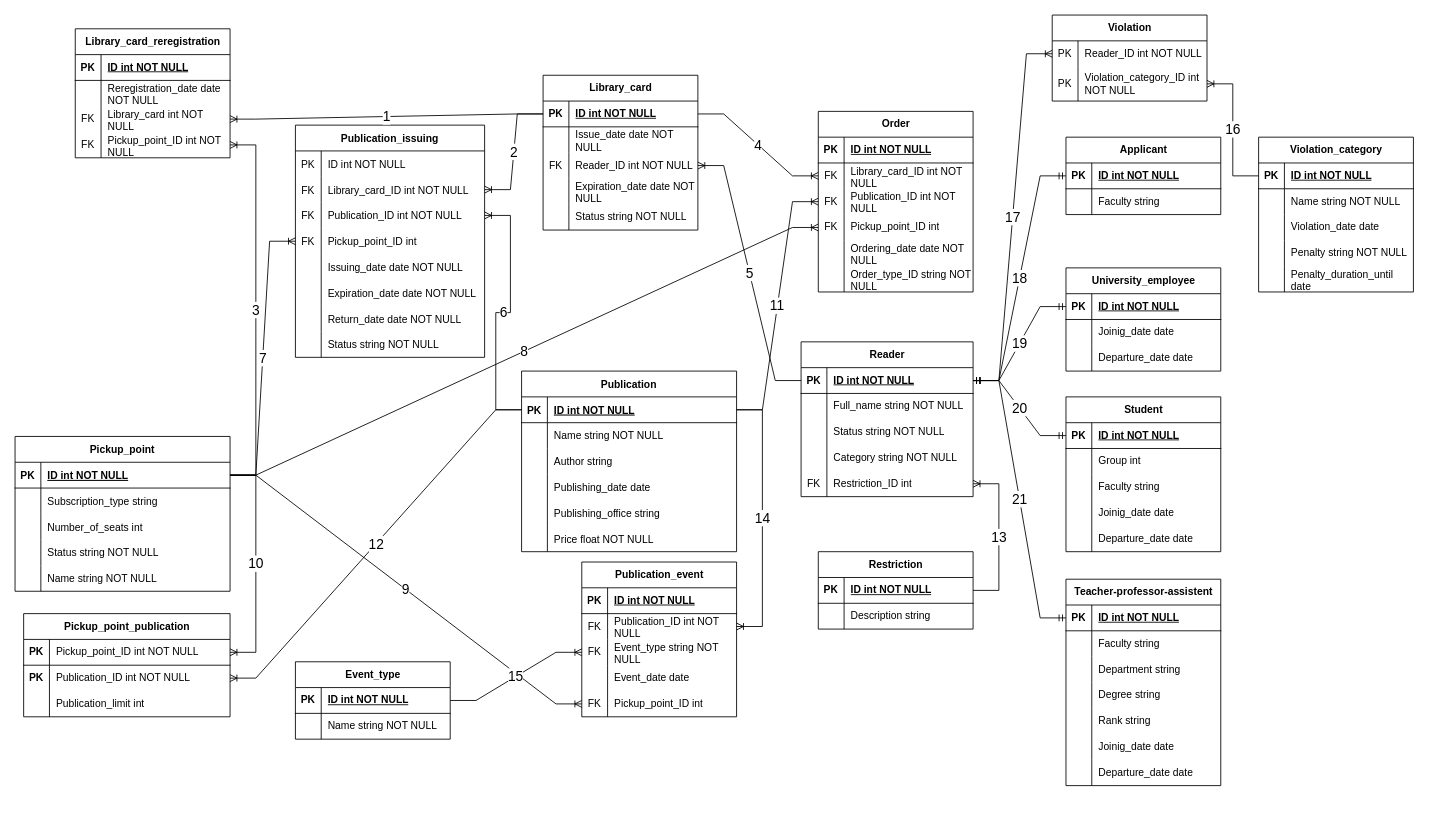
Earlier version of the draw.io diagram university_library_project/er-model.drawio (helttek/nsu). Source tidied: cells renumbered, new cells numbered last; positions are measured from the earlier drawing's top-left corner, leaving out a move shared by most shapes. Both pictures are drawn from the tidied source at 86%, with x=0, y=0 at pixel (15, 15).
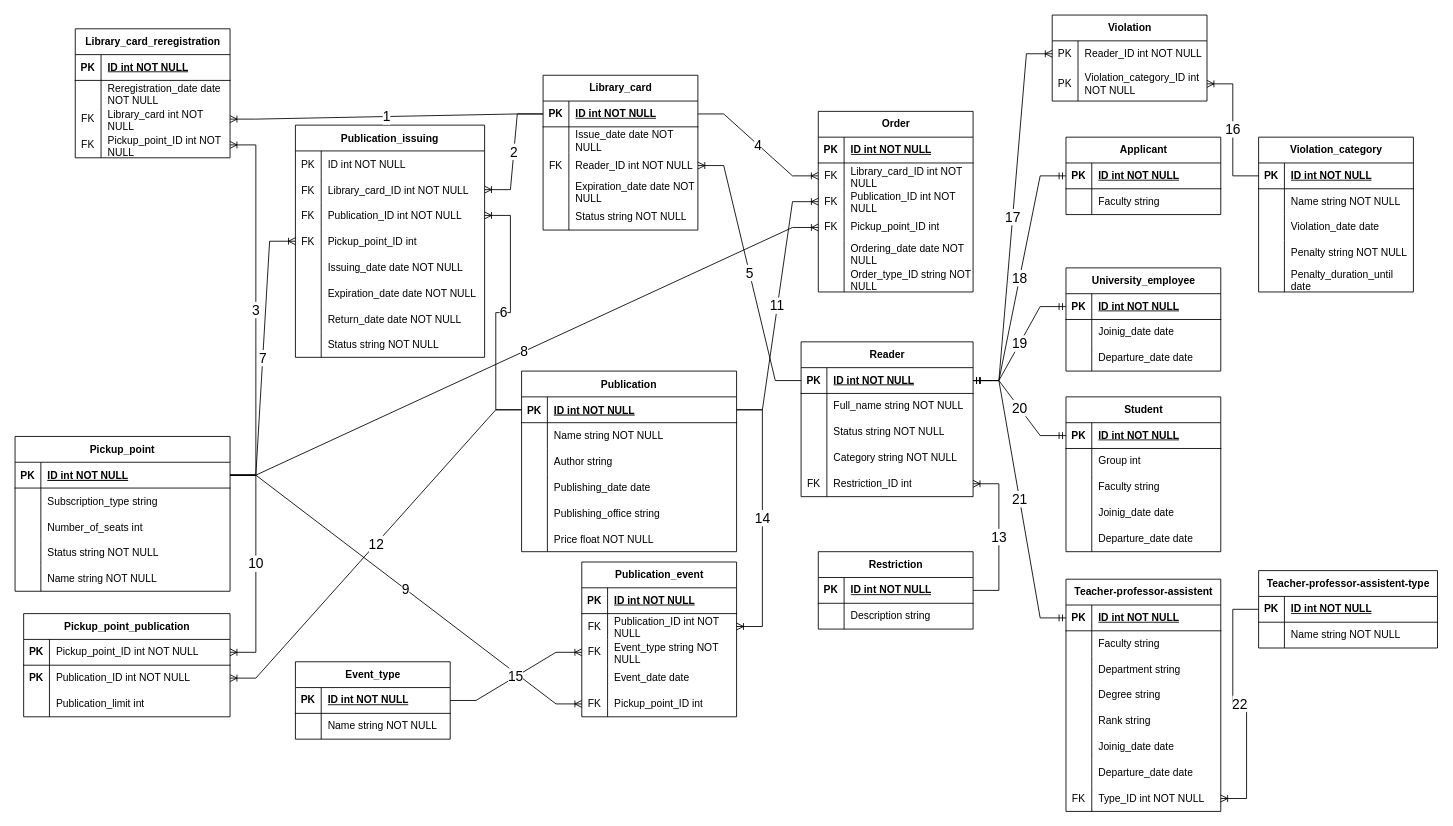
The same diagram, later.

Commit message (it also covers changes not shown here):
er-model update: added teacher-professor-assistant-type table to distinguish types in teacher-professor-assistant table

The edit, as a diff of the source:
```diff
@@
     <mxCell id="200" value="Teacher-professor-assistent" style="shape=table;startSize=30;childLayout=tableLayout;rowLines=0;fontStyle=1;align=center;html=1;" parent="1" vertex="1">
-      <mxGeometry x="1222" y="656" width="180" height="240" as="geometry" />
+      <mxGeometry x="1222" y="656" width="180" height="270" as="geometry" />
     </mxCell>
@@
+    <mxCell id="265" style="shape=tableRow;horizontal=0;startSize=0;swimlaneHead=0;swimlaneBody=0;fillColor=none;points=[[0,0.5],[1,0.5]];portConstraint=eastwest;top=0;left=0;right=0;bottom=0;" parent="200" vertex="1">
+      <mxGeometry y="240" width="180" height="30" as="geometry" />
+    </mxCell>
+    <mxCell id="266" value="FK" style="shape=partialRectangle;fillColor=none;top=0;left=0;bottom=0;right=0;overflow=hidden;whiteSpace=wrap;html=1;" parent="265" vertex="1">
+      <mxGeometry width="30" height="30" as="geometry" />
+    </mxCell>
+    <mxCell id="267" value="Type_ID int NOT NULL" style="shape=partialRectangle;fillColor=none;top=0;left=0;bottom=0;right=0;align=left;spacingLeft=6;overflow=hidden;whiteSpace=wrap;html=1;" parent="265" vertex="1">
+      <mxGeometry x="30" width="150" height="30" as="geometry" />
+    </mxCell>
@@
+    <mxCell id="268" value="Teacher-professor-assistent-type" style="shape=table;startSize=30;childLayout=tableLayout;rowLines=0;fontStyle=1;align=center;html=1;" parent="1" vertex="1">
+      <mxGeometry x="1446" y="646" width="208" height="90" as="geometry" />
+    </mxCell>
+    <mxCell id="269" style="shape=tableRow;horizontal=0;startSize=0;swimlaneHead=0;swimlaneBody=0;fillColor=none;points=[[0,0.5],[1,0.5]];portConstraint=eastwest;top=0;left=0;right=0;bottom=1;" parent="268" vertex="1">
+      <mxGeometry y="30" width="208" height="30" as="geometry" />
+    </mxCell>
+    <mxCell id="270" value="PK" style="shape=partialRectangle;fillColor=none;top=0;left=0;bottom=0;right=0;fontStyle=1;overflow=hidden;whiteSpace=wrap;html=1;" parent="269" vertex="1">
+      <mxGeometry width="30" height="30" as="geometry" />
+    </mxCell>
+    <mxCell id="271" value="&lt;span style=&quot;text-wrap-mode: nowrap;&quot;&gt;ID int NOT NULL&lt;/span&gt;" style="shape=partialRectangle;fillColor=none;top=0;left=0;bottom=0;right=0;align=left;spacingLeft=6;fontStyle=5;overflow=hidden;whiteSpace=wrap;html=1;" parent="269" vertex="1">
+      <mxGeometry x="30" width="178" height="30" as="geometry" />
+    </mxCell>
+    <mxCell id="272" style="shape=tableRow;horizontal=0;startSize=0;swimlaneHead=0;swimlaneBody=0;fillColor=none;top=0;left=0;right=0;bottom=0;" parent="268" vertex="1">
+      <mxGeometry y="60" width="208" height="30" as="geometry" />
+    </mxCell>
+    <mxCell id="273" style="shape=partialRectangle;fillColor=none;top=0;left=0;bottom=0;right=0;overflow=hidden;whiteSpace=wrap;html=1;" parent="272" vertex="1">
+      <mxGeometry width="30" height="30" as="geometry" />
+    </mxCell>
+    <mxCell id="274" value="Name string NOT NULL" style="shape=partialRectangle;fillColor=none;top=0;left=0;bottom=0;right=0;align=left;spacingLeft=6;overflow=hidden;whiteSpace=wrap;html=1;" parent="272" vertex="1">
+      <mxGeometry x="30" width="178" height="30" as="geometry" />
+    </mxCell>
+    <mxCell id="275" value="22" style="edgeStyle=entityRelationEdgeStyle;fontSize=16;html=1;endArrow=ERoneToMany;rounded=0;exitX=0;exitY=0.5;exitDx=0;exitDy=0;entryX=1;entryY=0.5;entryDx=0;entryDy=0;" parent="1" edge="1" source="269" target="265">
+      <mxGeometry relative="1" as="geometry" />
+    </mxCell>
```
